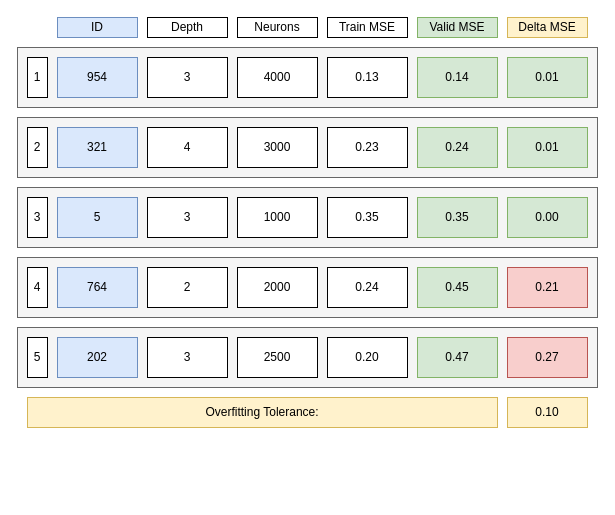
Etto48/PMIProject keeps this draw.io diagram as ui_mockups/check_validation_report.drawio. Above is the earlier version. Source tidied: cells renumbered, new cells numbered last; positions are measured from the earlier drawing's top-left corner, leaving out a move shared by most shapes. Both pictures are drawn from the tidied source at 100%, with x=0, y=0 at pixel (17, 17).
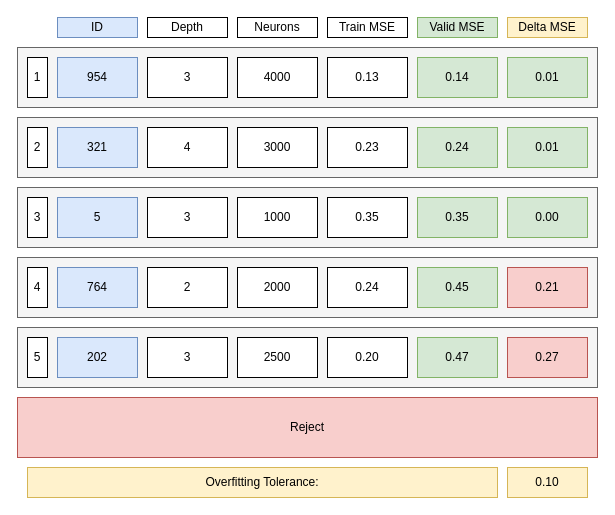
After the change.

Commit message (it also covers changes not shown here):
Finished check validation report

What changed in the source:
```diff
@@
     <mxCell id="42" value="Overfitting Tolerance:" style="rounded=0;whiteSpace=wrap;html=1;fillColor=#fff2cc;strokeColor=#d6b656;" parent="1" vertex="1">
-      <mxGeometry x="10" y="380" width="470" height="30" as="geometry" />
+      <mxGeometry x="10" y="450" width="470" height="30" as="geometry" />
     </mxCell>
     <mxCell id="43" value="0.10" style="rounded=0;whiteSpace=wrap;html=1;fillColor=#fff2cc;strokeColor=#d6b656;" parent="1" vertex="1">
-      <mxGeometry x="490" y="380" width="80" height="30" as="geometry" />
+      <mxGeometry x="490" y="450" width="80" height="30" as="geometry" />
     </mxCell>
@@
+    <mxCell id="50" value="Reject" style="rounded=0;whiteSpace=wrap;html=1;fillColor=#f8cecc;strokeColor=#b85450;" parent="1" vertex="1">
+      <mxGeometry y="380" width="580" height="60" as="geometry" />
+    </mxCell>
```
